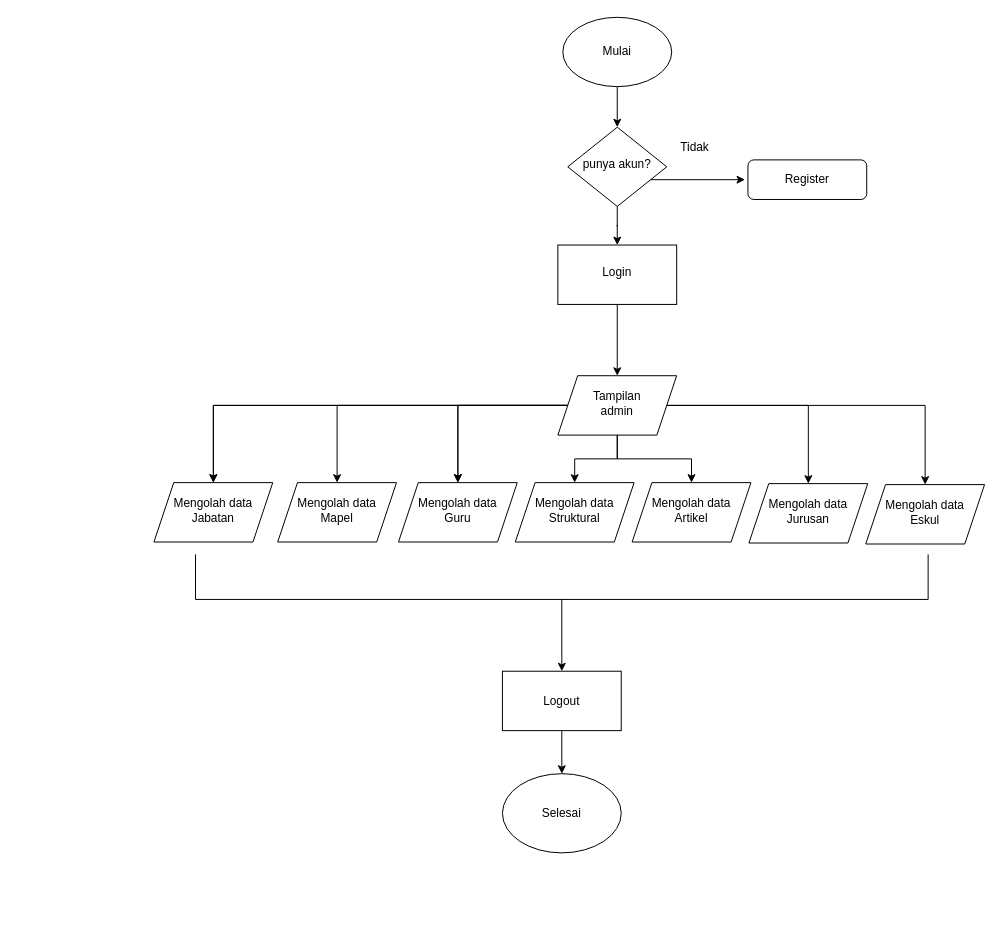
The draw.io diagram Diagram Tanpa Judul.drawio in Isurxd/Flowchart, before the edit. Source tidied: cells renumbered, new cells numbered last; positions are measured from the earlier drawing's top-left corner, leaving out a move shared by most shapes. Both pictures are drawn from the tidied source at 99%, with x=0, y=0 at pixel (153, 17).
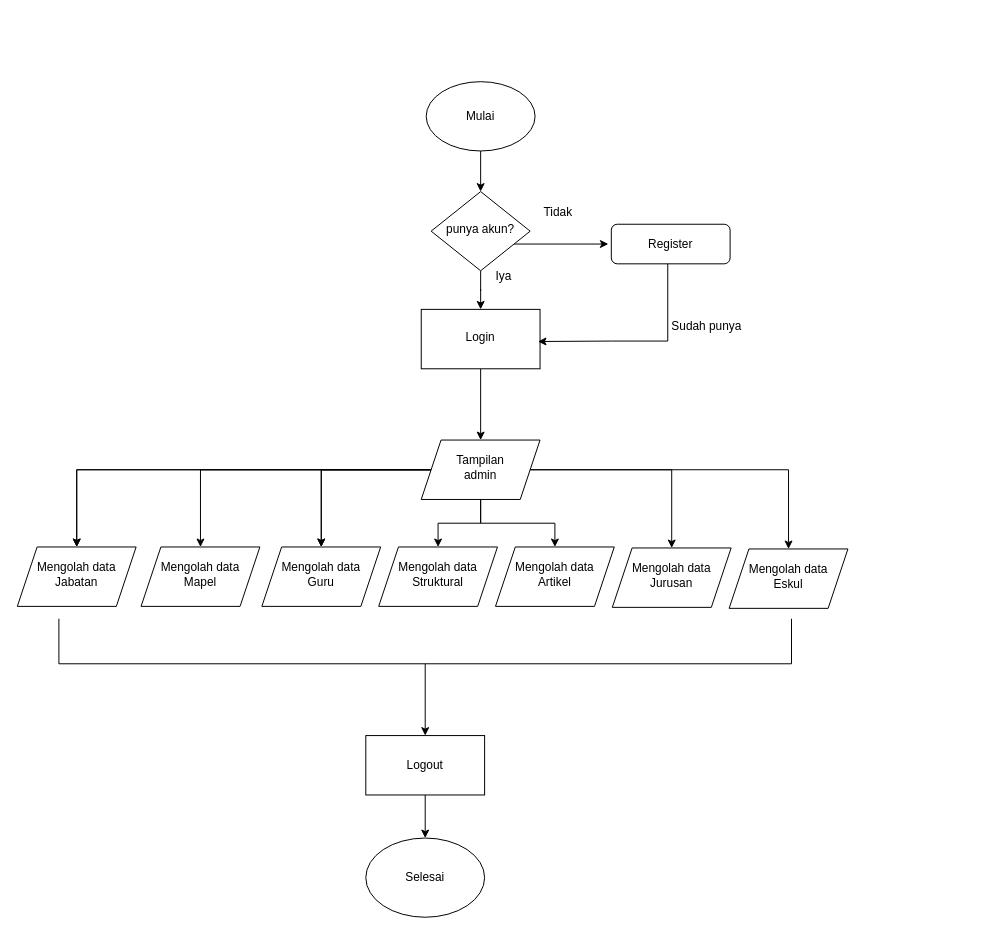
The same page after the edit.

What changed in the source:
```diff
@@
+    <mxCell id="34" style="group;" parent="1" vertex="1">
+      <mxGeometry x="-138" y="65" width="839" height="844" as="geometry" />
+    </mxCell>
-    <mxCell id="2" style="edgeStyle=orthogonalEdgeStyle;rounded=0;orthogonalLoop=1;jettySize=auto;html=1;" parent="1" edge="1">
+    <mxCell id="2" style="edgeStyle=orthogonalEdgeStyle;rounded=0;orthogonalLoop=1;jettySize=auto;html=1;labelBackgroundColor=none;fontColor=default;" parent="34" edge="1">
       <mxGeometry relative="1" as="geometry">
         <mxPoint x="496" y="164" as="sourcePoint" />
         <mxPoint x="597" y="164" as="targetPoint" />
       </mxGeometry>
     </mxCell>
-    <mxCell id="3" style="edgeStyle=orthogonalEdgeStyle;rounded=0;jettySize=auto;html=1;" parent="1" edge="1" source="4" target="32">
+    <mxCell id="3" style="edgeStyle=orthogonalEdgeStyle;rounded=0;jettySize=auto;html=1;labelBackgroundColor=none;fontColor=default;" parent="34" edge="1" source="4" target="32">
       <mxGeometry relative="1" as="geometry" />
     </mxCell>
-    <mxCell id="4" value="punya akun?" style="rhombus;whiteSpace=wrap;html=1;shadow=0;fontFamily=Helvetica;fontSize=12;align=center;strokeWidth=1;spacing=6;spacingTop=-4;" parent="1" vertex="1">
+    <mxCell id="4" value="punya akun?" style="rhombus;whiteSpace=wrap;html=1;shadow=0;fontFamily=Helvetica;fontSize=12;align=center;strokeWidth=1;spacing=6;spacingTop=-4;labelBackgroundColor=none;" parent="34" vertex="1">
       <mxGeometry x="418" y="111" width="100" height="80" as="geometry" />
     </mxCell>
-    <mxCell id="5" value="Register" style="rounded=1;whiteSpace=wrap;html=1;fontSize=12;glass=0;strokeWidth=1;shadow=0;" parent="1" vertex="1">
+    <mxCell id="5" value="Register" style="rounded=1;whiteSpace=wrap;html=1;fontSize=12;glass=0;strokeWidth=1;shadow=0;labelBackgroundColor=none;" parent="34" vertex="1">
       <mxGeometry x="600" y="144" width="120" height="40" as="geometry" />
     </mxCell>
-    <mxCell id="6" style="rounded=0;html=1;jettySize=auto;orthogonalLoop=1;fontSize=11;endArrow=block;endFill=0;endSize=8;strokeWidth=1;shadow=0;labelBackgroundColor=none;edgeStyle=orthogonalEdgeStyle;" parent="1" edge="1">
+    <mxCell id="6" style="rounded=0;html=1;jettySize=auto;orthogonalLoop=1;fontSize=11;endArrow=block;endFill=0;endSize=8;strokeWidth=1;shadow=0;labelBackgroundColor=none;edgeStyle=orthogonalEdgeStyle;fontColor=default;" parent="34" edge="1">
       <mxGeometry x="-0.51" y="10" relative="1" as="geometry">
         <mxPoint x="470.5" y="394" as="sourcePoint" />
         <mxPoint x="470.5" y="394" as="targetPoint" />
       </mxGeometry>
     </mxCell>
-    <mxCell id="7" style="edgeStyle=orthogonalEdgeStyle;rounded=0;jettySize=auto;html=1;" parent="1" edge="1" source="8" target="4">
+    <mxCell id="7" style="edgeStyle=orthogonalEdgeStyle;rounded=0;jettySize=auto;html=1;labelBackgroundColor=none;fontColor=default;" parent="34" edge="1" source="8" target="4">
       <mxGeometry relative="1" as="geometry" />
     </mxCell>
-    <mxCell id="8" value="Mulai" style="ellipse;whiteSpace=wrap;html=1;" parent="1" vertex="1">
+    <mxCell id="8" value="Mulai" style="ellipse;whiteSpace=wrap;html=1;labelBackgroundColor=none;" parent="34" vertex="1">
       <mxGeometry x="413" width="110" height="70" as="geometry" />
     </mxCell>
-    <mxCell id="9" style="edgeStyle=orthogonalEdgeStyle;rounded=0;jettySize=auto;html=1;" parent="1" edge="1" source="18" target="19">
+    <mxCell id="9" style="edgeStyle=orthogonalEdgeStyle;rounded=0;jettySize=auto;html=1;labelBackgroundColor=none;fontColor=default;" parent="34" edge="1" source="18" target="19">
       <mxGeometry relative="1" as="geometry" />
     </mxCell>
-    <mxCell id="10" style="edgeStyle=orthogonalEdgeStyle;rounded=0;jettySize=auto;html=1;" parent="1" edge="1" source="18" target="19">
+    <mxCell id="10" style="edgeStyle=orthogonalEdgeStyle;rounded=0;jettySize=auto;html=1;labelBackgroundColor=none;fontColor=default;" parent="34" edge="1" source="18" target="19">
       <mxGeometry relative="1" as="geometry" />
     </mxCell>
-    <mxCell id="11" style="edgeStyle=orthogonalEdgeStyle;rounded=0;jettySize=auto;html=1;" parent="1" edge="1" source="18" target="20">
+    <mxCell id="11" style="edgeStyle=orthogonalEdgeStyle;rounded=0;jettySize=auto;html=1;labelBackgroundColor=none;fontColor=default;" parent="34" edge="1" source="18" target="20">
       <mxGeometry relative="1" as="geometry" />
     </mxCell>
-    <mxCell id="12" style="edgeStyle=orthogonalEdgeStyle;rounded=0;jettySize=auto;html=1;" parent="1" edge="1" source="18" target="21">
+    <mxCell id="12" style="edgeStyle=orthogonalEdgeStyle;rounded=0;jettySize=auto;html=1;labelBackgroundColor=none;fontColor=default;" parent="34" edge="1" source="18" target="21">
       <mxGeometry relative="1" as="geometry" />
     </mxCell>
-    <mxCell id="13" style="edgeStyle=orthogonalEdgeStyle;rounded=0;jettySize=auto;html=1;" parent="1" edge="1" source="18" target="21">
+    <mxCell id="13" style="edgeStyle=orthogonalEdgeStyle;rounded=0;jettySize=auto;html=1;labelBackgroundColor=none;fontColor=default;" parent="34" edge="1" source="18" target="21">
       <mxGeometry relative="1" as="geometry" />
     </mxCell>
-    <mxCell id="14" style="edgeStyle=orthogonalEdgeStyle;rounded=0;jettySize=auto;html=1;" parent="1" edge="1" source="18" target="22">
+    <mxCell id="14" style="edgeStyle=orthogonalEdgeStyle;rounded=0;jettySize=auto;html=1;labelBackgroundColor=none;fontColor=default;" parent="34" edge="1" source="18" target="22">
       <mxGeometry relative="1" as="geometry" />
     </mxCell>
-    <mxCell id="15" style="edgeStyle=orthogonalEdgeStyle;rounded=0;jettySize=auto;html=1;" parent="1" edge="1" source="18" target="23">
+    <mxCell id="15" style="edgeStyle=orthogonalEdgeStyle;rounded=0;jettySize=auto;html=1;labelBackgroundColor=none;fontColor=default;" parent="34" edge="1" source="18" target="23">
       <mxGeometry relative="1" as="geometry" />
     </mxCell>
-    <mxCell id="16" style="edgeStyle=orthogonalEdgeStyle;rounded=0;jettySize=auto;html=1;" parent="1" edge="1" source="18" target="24">
+    <mxCell id="16" style="edgeStyle=orthogonalEdgeStyle;rounded=0;jettySize=auto;html=1;labelBackgroundColor=none;fontColor=default;" parent="34" edge="1" source="18" target="24">
       <mxGeometry relative="1" as="geometry" />
     </mxCell>
-    <mxCell id="17" style="edgeStyle=orthogonalEdgeStyle;rounded=0;jettySize=auto;html=1;" parent="1" edge="1" source="18" target="25">
+    <mxCell id="17" style="edgeStyle=orthogonalEdgeStyle;rounded=0;jettySize=auto;html=1;labelBackgroundColor=none;fontColor=default;" parent="34" edge="1" source="18" target="25">
       <mxGeometry relative="1" as="geometry" />
     </mxCell>
-    <mxCell id="18" value="Tampilan&lt;div&gt;admin&lt;/div&gt;" style="shape=parallelogram;perimeter=parallelogramPerimeter;whiteSpace=wrap;html=1;fixedSize=1;shadow=0;strokeWidth=1;spacing=6;spacingTop=-4;" parent="1" vertex="1">
+    <mxCell id="18" value="Tampilan&lt;div&gt;admin&lt;/div&gt;" style="shape=parallelogram;perimeter=parallelogramPerimeter;whiteSpace=wrap;html=1;fixedSize=1;shadow=0;strokeWidth=1;spacing=6;spacingTop=-4;labelBackgroundColor=none;" parent="34" vertex="1">
       <mxGeometry x="408" y="362" width="120" height="60" as="geometry" />
     </mxCell>
-    <mxCell id="19" value="Mengolah data&lt;div&gt;Jabatan&lt;/div&gt;" style="shape=parallelogram;perimeter=parallelogramPerimeter;whiteSpace=wrap;html=1;fixedSize=1;shadow=0;strokeWidth=1;spacing=6;spacingTop=-4;" parent="1" vertex="1">
+    <mxCell id="19" value="Mengolah data&lt;div&gt;Jabatan&lt;/div&gt;" style="shape=parallelogram;perimeter=parallelogramPerimeter;whiteSpace=wrap;html=1;fixedSize=1;shadow=0;strokeWidth=1;spacing=6;spacingTop=-4;labelBackgroundColor=none;" parent="34" vertex="1">
       <mxGeometry y="470" width="120" height="60" as="geometry" />
     </mxCell>
-    <mxCell id="20" value="Mengolah data&lt;div&gt;Mapel&lt;/div&gt;" style="shape=parallelogram;perimeter=parallelogramPerimeter;whiteSpace=wrap;html=1;fixedSize=1;shadow=0;strokeWidth=1;spacing=6;spacingTop=-4;" parent="1" vertex="1">
+    <mxCell id="20" value="Mengolah data&lt;div&gt;Mapel&lt;/div&gt;" style="shape=parallelogram;perimeter=parallelogramPerimeter;whiteSpace=wrap;html=1;fixedSize=1;shadow=0;strokeWidth=1;spacing=6;spacingTop=-4;labelBackgroundColor=none;" parent="34" vertex="1">
       <mxGeometry x="125" y="470" width="120" height="60" as="geometry" />
     </mxCell>
-    <mxCell id="21" value="Mengolah data&lt;div&gt;Guru&lt;/div&gt;" style="shape=parallelogram;perimeter=parallelogramPerimeter;whiteSpace=wrap;html=1;fixedSize=1;shadow=0;strokeWidth=1;spacing=6;spacingTop=-4;" parent="1" vertex="1">
+    <mxCell id="21" value="Mengolah data&lt;div&gt;Guru&lt;/div&gt;" style="shape=parallelogram;perimeter=parallelogramPerimeter;whiteSpace=wrap;html=1;fixedSize=1;shadow=0;strokeWidth=1;spacing=6;spacingTop=-4;labelBackgroundColor=none;" parent="34" vertex="1">
       <mxGeometry x="247" y="470" width="120" height="60" as="geometry" />
     </mxCell>
-    <mxCell id="22" value="Mengolah data&lt;div&gt;Struktural&lt;/div&gt;" style="shape=parallelogram;perimeter=parallelogramPerimeter;whiteSpace=wrap;html=1;fixedSize=1;shadow=0;strokeWidth=1;spacing=6;spacingTop=-4;" parent="1" vertex="1">
+    <mxCell id="22" value="Mengolah data&lt;div&gt;Struktural&lt;/div&gt;" style="shape=parallelogram;perimeter=parallelogramPerimeter;whiteSpace=wrap;html=1;fixedSize=1;shadow=0;strokeWidth=1;spacing=6;spacingTop=-4;labelBackgroundColor=none;" parent="34" vertex="1">
       <mxGeometry x="365" y="470" width="120" height="60" as="geometry" />
     </mxCell>
-    <mxCell id="23" value="Mengolah data&lt;div&gt;Artikel&lt;/div&gt;" style="shape=parallelogram;perimeter=parallelogramPerimeter;whiteSpace=wrap;html=1;fixedSize=1;shadow=0;strokeWidth=1;spacing=6;spacingTop=-4;" parent="1" vertex="1">
+    <mxCell id="23" value="Mengolah data&lt;div&gt;Artikel&lt;/div&gt;" style="shape=parallelogram;perimeter=parallelogramPerimeter;whiteSpace=wrap;html=1;fixedSize=1;shadow=0;strokeWidth=1;spacing=6;spacingTop=-4;labelBackgroundColor=none;" parent="34" vertex="1">
       <mxGeometry x="483" y="470" width="120" height="60" as="geometry" />
     </mxCell>
-    <mxCell id="24" value="Mengolah data&lt;div&gt;Jurusan&lt;/div&gt;" style="shape=parallelogram;perimeter=parallelogramPerimeter;whiteSpace=wrap;html=1;fixedSize=1;shadow=0;strokeWidth=1;spacing=6;spacingTop=-4;" parent="1" vertex="1">
+    <mxCell id="24" value="Mengolah data&lt;div&gt;Jurusan&lt;/div&gt;" style="shape=parallelogram;perimeter=parallelogramPerimeter;whiteSpace=wrap;html=1;fixedSize=1;shadow=0;strokeWidth=1;spacing=6;spacingTop=-4;labelBackgroundColor=none;" parent="34" vertex="1">
       <mxGeometry x="601" y="471" width="120" height="60" as="geometry" />
     </mxCell>
-    <mxCell id="25" value="Mengolah data&lt;div&gt;Eskul&lt;/div&gt;" style="shape=parallelogram;perimeter=parallelogramPerimeter;whiteSpace=wrap;html=1;fixedSize=1;shadow=0;strokeWidth=1;spacing=6;spacingTop=-4;" parent="1" vertex="1">
+    <mxCell id="25" value="Mengolah data&lt;div&gt;Eskul&lt;/div&gt;" style="shape=parallelogram;perimeter=parallelogramPerimeter;whiteSpace=wrap;html=1;fixedSize=1;shadow=0;strokeWidth=1;spacing=6;spacingTop=-4;labelBackgroundColor=none;" parent="34" vertex="1">
       <mxGeometry x="719" y="472" width="120" height="60" as="geometry" />
     </mxCell>
-    <mxCell id="26" style="edgeStyle=orthogonalEdgeStyle;rounded=0;jettySize=auto;html=1;" parent="1" edge="1" source="27" target="29">
+    <mxCell id="26" style="edgeStyle=orthogonalEdgeStyle;rounded=0;jettySize=auto;html=1;labelBackgroundColor=none;fontColor=default;" parent="34" edge="1" source="27" target="29">
       <mxGeometry relative="1" as="geometry" />
     </mxCell>
-    <mxCell id="27" style="shape=partialRectangle;whiteSpace=wrap;html=1;bottom=1;right=1;left=1;top=0;fillColor=none;routingCenterX=-0.5;" parent="1" vertex="1">
+    <mxCell id="27" style="shape=partialRectangle;whiteSpace=wrap;html=1;bottom=1;right=1;left=1;top=0;fillColor=none;routingCenterX=-0.5;labelBackgroundColor=none;" parent="34" vertex="1">
       <mxGeometry x="42" y="543" width="740" height="45" as="geometry" />
     </mxCell>
-    <mxCell id="28" style="edgeStyle=orthogonalEdgeStyle;rounded=0;jettySize=auto;html=1;" parent="1" edge="1" source="29" target="33">
+    <mxCell id="28" style="edgeStyle=orthogonalEdgeStyle;rounded=0;jettySize=auto;html=1;labelBackgroundColor=none;fontColor=default;" parent="34" edge="1" source="29" target="33">
       <mxGeometry relative="1" as="geometry" />
     </mxCell>
-    <mxCell id="29" value="Logout" style="whiteSpace=wrap;html=1;fillColor=none;" parent="1" vertex="1">
+    <mxCell id="29" value="Logout" style="whiteSpace=wrap;html=1;fillColor=none;labelBackgroundColor=none;" parent="34" vertex="1">
       <mxGeometry x="352" y="660.5" width="120" height="60" as="geometry" />
     </mxCell>
-    <mxCell id="30" value="Tidak&lt;div&gt;&lt;br&gt;&lt;/div&gt;" style="text;html=1;align=center;verticalAlign=middle;strokeColor=none;fillColor=none;" parent="1" vertex="1">
+    <mxCell id="30" value="Tidak&lt;div&gt;&lt;br&gt;&lt;/div&gt;" style="text;html=1;align=center;verticalAlign=middle;strokeColor=none;fillColor=none;labelBackgroundColor=none;" parent="34" vertex="1">
       <mxGeometry x="521" y="119" width="50" height="40" as="geometry" />
     </mxCell>
-    <mxCell id="31" style="edgeStyle=orthogonalEdgeStyle;rounded=0;jettySize=auto;html=1;" parent="1" edge="1" source="32" target="18">
+    <mxCell id="31" style="edgeStyle=orthogonalEdgeStyle;rounded=0;jettySize=auto;html=1;labelBackgroundColor=none;fontColor=default;" parent="34" edge="1" source="32" target="18">
       <mxGeometry relative="1" as="geometry" />
     </mxCell>
-    <mxCell id="32" value="Login" style="whiteSpace=wrap;html=1;shadow=0;strokeWidth=1;spacing=6;spacingTop=-4;" parent="1" vertex="1">
+    <mxCell id="32" value="Login" style="whiteSpace=wrap;html=1;shadow=0;strokeWidth=1;spacing=6;spacingTop=-4;labelBackgroundColor=none;" parent="34" vertex="1">
       <mxGeometry x="408" y="230" width="120" height="60" as="geometry" />
     </mxCell>
-    <mxCell id="33" value="Selesai" style="ellipse;whiteSpace=wrap;html=1;" parent="1" vertex="1">
+    <mxCell id="33" value="Selesai" style="ellipse;whiteSpace=wrap;html=1;labelBackgroundColor=none;" parent="34" vertex="1">
       <mxGeometry x="352" y="764" width="120" height="80" as="geometry" />
     </mxCell>
+    <mxCell id="35" style="edgeStyle=orthogonalEdgeStyle;rounded=0;jettySize=auto;html=1;entryX=0.983;entryY=0.541;entryDx=0;entryDy=0;entryPerimeter=0;" parent="34" edge="1" target="32">
+      <mxGeometry relative="1" as="geometry">
+        <mxPoint x="657" y="184" as="sourcePoint" />
+        <Array as="points">
+          <mxPoint x="657" y="262" />
+          <mxPoint x="600" y="262" />
+        </Array>
+      </mxGeometry>
+    </mxCell>
+    <mxCell id="36" value="Iya&lt;div&gt;&lt;br&gt;&lt;/div&gt;" style="text;html=1;align=center;verticalAlign=middle;strokeColor=none;fillColor=none;" parent="1" vertex="1">
+      <mxGeometry x="333" y="249" width="40" height="40" as="geometry" />
+    </mxCell>
+    <mxCell id="37" value="Sudah punya" style="text;html=1;align=center;verticalAlign=middle;strokeColor=none;fillColor=none;" parent="1" vertex="1">
+      <mxGeometry x="513" y="297" width="90" height="30" as="geometry" />
+    </mxCell>
```
